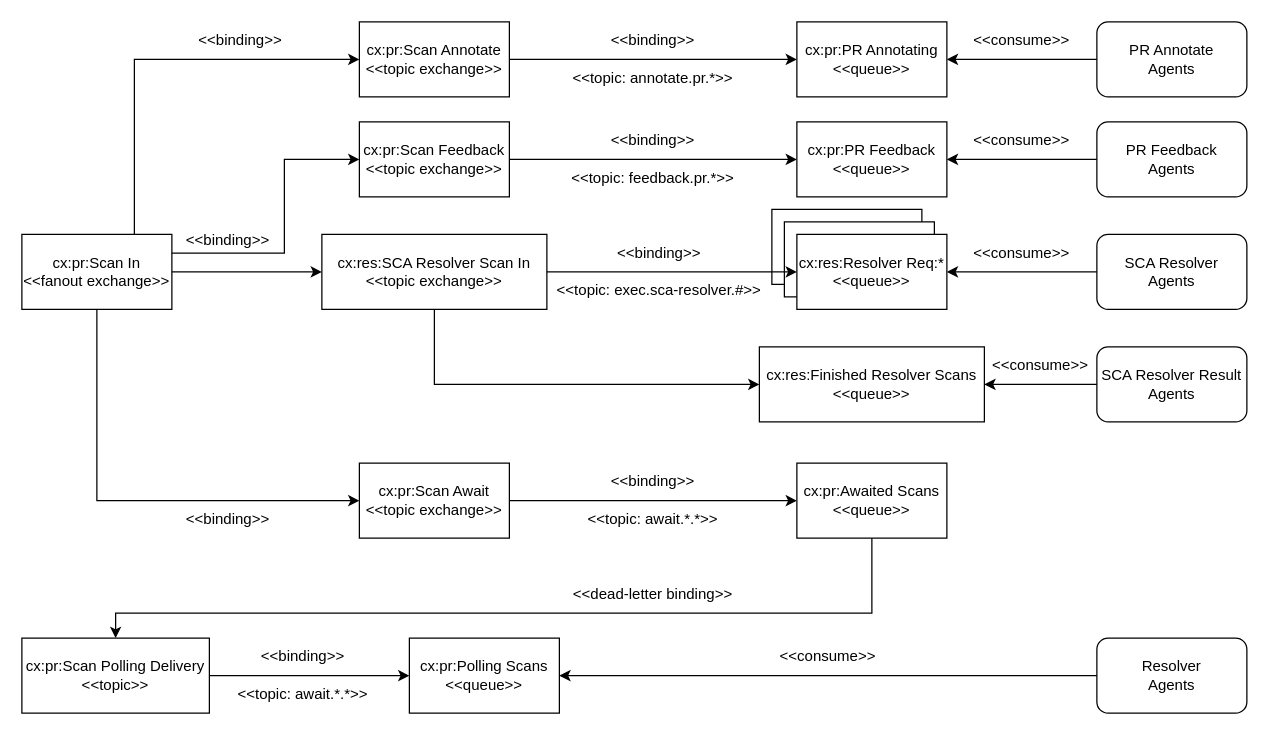
This is page "Queue" (3 of 9) of manual/graphics/cxoneflow-diagrams.drawio from checkmarx-ts/cxone-flow, a draw.io file, before an edit. Source tidied: cells renumbered, new cells numbered last; positions are measured from the earlier drawing's top-left corner, leaving out a move shared by most shapes. Both pictures are drawn from the tidied source at 125%, with x=0, y=0 at pixel (21, 21).
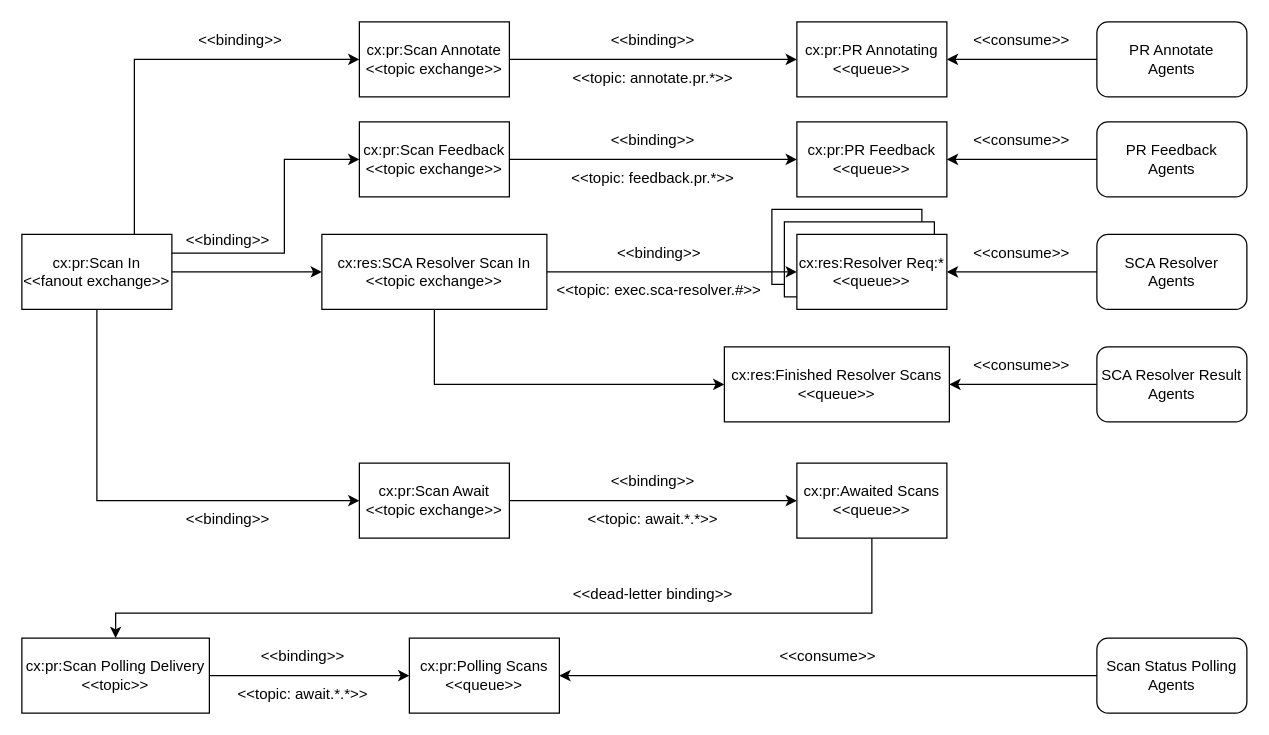
After the change.

Change to the diagram source:
```diff
@@
-    <mxCell id="19" value="Resolver&lt;div&gt;Agents&lt;/div&gt;" style="rounded=1;whiteSpace=wrap;html=1;" parent="1" vertex="1">
+    <mxCell id="19" value="Scan Status Polling&lt;div&gt;Agents&lt;/div&gt;" style="rounded=1;whiteSpace=wrap;html=1;" parent="1" vertex="1">
       <mxGeometry x="860" y="493" width="120" height="60" as="geometry" />
     </mxCell>
@@
     <mxCell id="52" value="&amp;lt;&amp;lt;consume&amp;gt;&amp;gt;" style="text;html=1;align=center;verticalAlign=middle;whiteSpace=wrap;rounded=0;" parent="1" vertex="1">
-      <mxGeometry x="770" y="260" width="90" height="30" as="geometry" />
+      <mxGeometry x="755" y="260" width="90" height="30" as="geometry" />
     </mxCell>
     <mxCell id="53" value="cx:res:Finished Resolver Scans&lt;div&gt;&amp;lt;&amp;lt;queue&amp;gt;&amp;gt;&lt;/div&gt;" style="rounded=0;whiteSpace=wrap;html=1;" parent="1" vertex="1">
-      <mxGeometry x="590" y="260" width="180" height="60" as="geometry" />
+      <mxGeometry x="562" y="260" width="180" height="60" as="geometry" />
     </mxCell>
```
